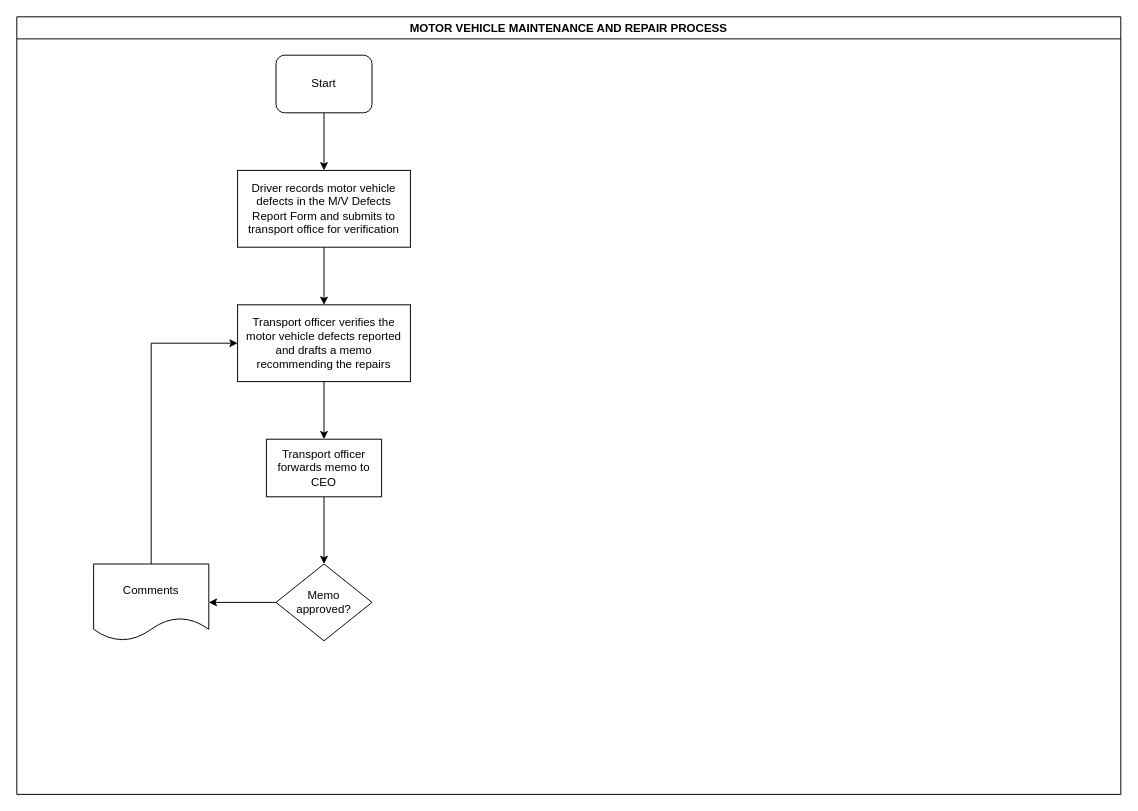
The draw.io diagram LC-Transport-MOTOR VEHICLE MAINTENANCE AND REPAIR PROCESS.drawio in kmagua/flowcharts, before the edit. Source tidied: cells renumbered, new cells numbered last; positions are measured from the earlier drawing's top-left corner, leaving out a move shared by most shapes. Both pictures are drawn from the tidied source at 96%, with x=0, y=0 at pixel (16, 16).
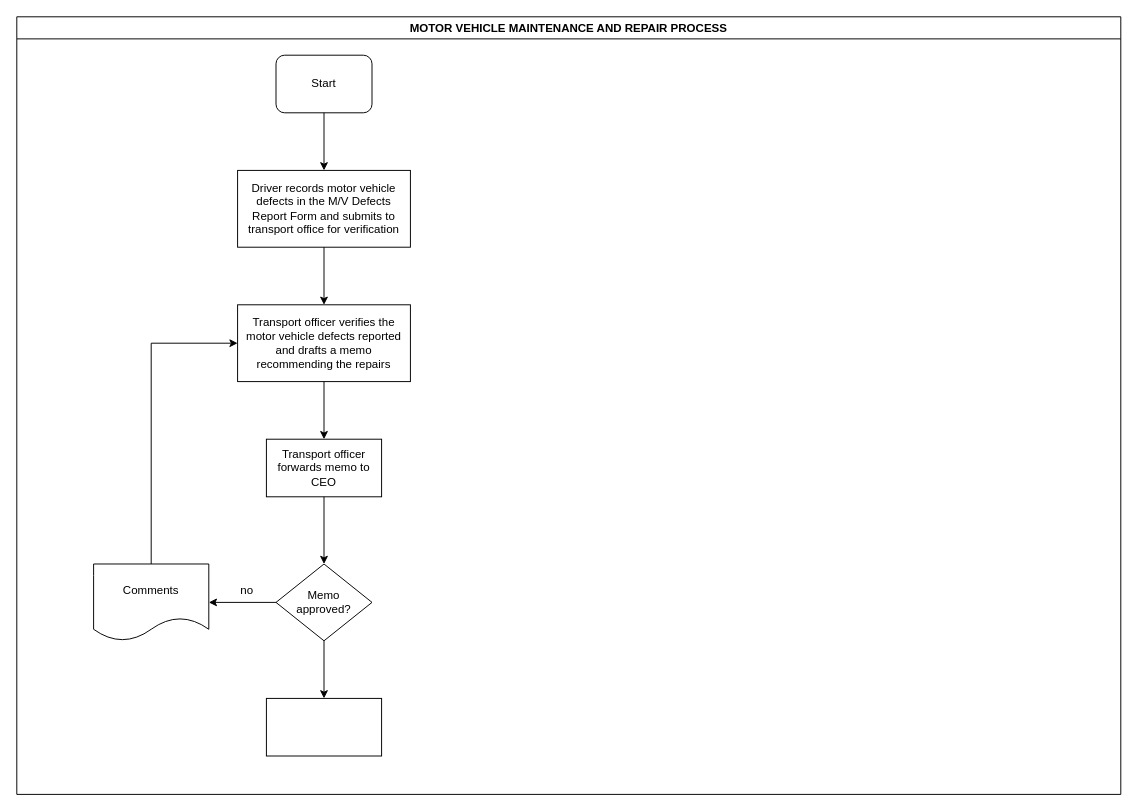
The same diagram, later.

The edit, as a diff of the source:
```diff
@@
 <mxGraphModel>
   <root>
     <mxCell id="0" />
     <mxCell id="1" parent="0" />
     <mxCell id="2" value="MOTOR VEHICLE MAINTENANCE AND REPAIR PROCESS" style="swimlane;" parent="1" vertex="1">
       <mxGeometry width="1150" height="810" as="geometry" />
     </mxCell>
     <mxCell id="3" value="Start" style="rounded=1;whiteSpace=wrap;html=1;" parent="2" vertex="1">
       <mxGeometry x="270" y="40" width="100" height="60" as="geometry" />
     </mxCell>
     <mxCell id="4" value="Driver records motor vehicle defects in the M/V Defects Report Form and submits to transport office for verification" style="rounded=0;whiteSpace=wrap;html=1;" parent="2" vertex="1">
       <mxGeometry x="230" y="160" width="180" height="80" as="geometry" />
     </mxCell>
     <mxCell id="5" style="edgeStyle=orthogonalEdgeStyle;rounded=0;jettySize=auto;html=1;" parent="2" edge="1" source="3" target="4">
       <mxGeometry relative="1" as="geometry" />
     </mxCell>
     <mxCell id="6" value="Transport officer forwards memo to CEO " style="whiteSpace=wrap;html=1;rounded=0;" parent="2" vertex="1">
       <mxGeometry x="260" y="440" width="120" height="60" as="geometry" />
     </mxCell>
     <mxCell id="7" value="Transport officer verifies the motor vehicle defects reported and drafts a memo recommending the repairs" style="rounded=0;whiteSpace=wrap;html=1;" parent="2" vertex="1">
       <mxGeometry x="230" y="300" width="180" height="80" as="geometry" />
     </mxCell>
     <mxCell id="8" style="edgeStyle=orthogonalEdgeStyle;rounded=0;jettySize=auto;html=1;" parent="2" edge="1" source="4" target="7">
       <mxGeometry relative="1" as="geometry" />
     </mxCell>
     <mxCell id="9" style="edgeStyle=orthogonalEdgeStyle;rounded=0;jettySize=auto;html=1;" parent="2" edge="1" source="7" target="6">
       <mxGeometry relative="1" as="geometry" />
     </mxCell>
+    <mxCell id="15" value="no" style="text;html=1;strokeColor=none;fillColor=none;align=center;verticalAlign=middle;whiteSpace=wrap;rounded=0;" parent="2" vertex="1">
+      <mxGeometry x="220" y="588" width="40" height="20" as="geometry" />
+    </mxCell>
+    <mxCell id="16" style="whiteSpace=wrap;html=1;rounded=0;" parent="2" vertex="1">
+      <mxGeometry x="260" y="710" width="120" height="60" as="geometry" />
+    </mxCell>
     <mxCell id="10" style="edgeStyle=orthogonalEdgeStyle;rounded=0;jettySize=auto;html=1;" parent="1" edge="1" source="11" target="14">
       <mxGeometry relative="1" as="geometry" />
     </mxCell>
+    <mxCell id="17" style="edgeStyle=orthogonalEdgeStyle;rounded=0;jettySize=auto;html=1;" parent="1" edge="1" source="11" target="16">
+      <mxGeometry relative="1" as="geometry" />
+    </mxCell>
     <mxCell id="11" value="&lt;div&gt;Memo&lt;/div&gt;&lt;div&gt;approved?&lt;/div&gt;" style="rhombus;whiteSpace=wrap;html=1;rounded=0;" parent="1" vertex="1">
       <mxGeometry x="270" y="570" width="100" height="80" as="geometry" />
     </mxCell>
     <mxCell id="12" style="edgeStyle=orthogonalEdgeStyle;rounded=0;jettySize=auto;html=1;" parent="1" edge="1" source="6" target="11">
       <mxGeometry relative="1" as="geometry" />
     </mxCell>
     <mxCell id="13" style="edgeStyle=orthogonalEdgeStyle;rounded=0;jettySize=auto;html=1;entryX=0;entryY=0.5;entryDx=0;entryDy=0;" parent="1" edge="1" source="14" target="7">
       <mxGeometry relative="1" as="geometry">
         <Array as="points">
           <mxPoint x="140" y="340" />
         </Array>
       </mxGeometry>
     </mxCell>
     <mxCell id="14" value="Comments" style="shape=document;whiteSpace=wrap;html=1;boundedLbl=1;rounded=0;" parent="1" vertex="1">
       <mxGeometry x="80" y="570" width="120" height="80" as="geometry" />
     </mxCell>
   </root>
 </mxGraphModel>
```
